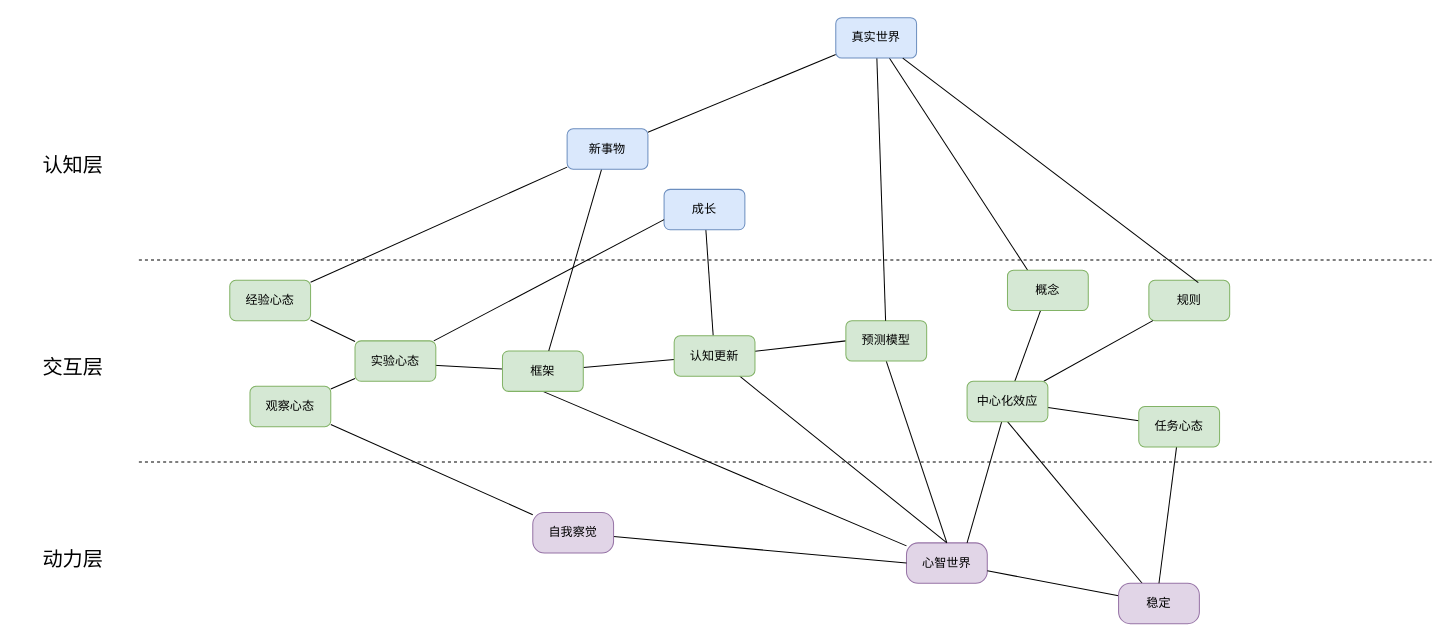
This is 深度思考-认知三层模型.drawio from youyusan/open_mind, a draw.io file, before an edit. Source tidied: cells renumbered, new cells numbered last; positions are measured from the earlier drawing's top-left corner, leaving out a move shared by most shapes. Both pictures are drawn from the tidied source at 101%, with x=0, y=0 at pixel (17, 17).
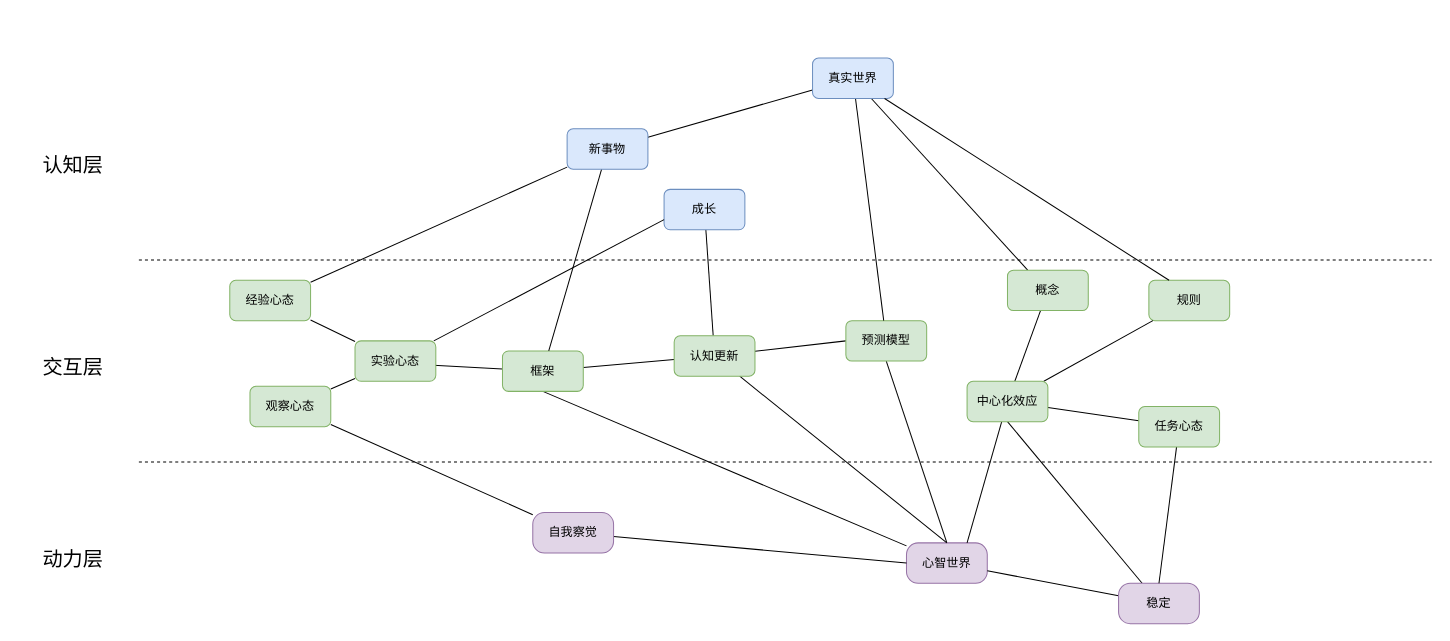
The same page after the edit.

Commit message (it also covers changes not shown here):
更新深度思考-认知三层模型.drawio

The change refers to these unchanged cells:
```xml
<mxCell id="28" value="规则" style="rounded=1;whiteSpace=wrap;html=1;fillColor=#d5e8d4;strokeColor=#82b366;" parent="1" vertex="1">
  <mxGeometry x="1120" y="260" width="80" height="40" as="geometry" />
</mxCell>
```

Diff of the diagram source:
```diff
@@
     <mxCell id="23" value="真实世界" style="rounded=1;whiteSpace=wrap;html=1;fillColor=#dae8fc;strokeColor=#6c8ebf;" parent="1" vertex="1">
-      <mxGeometry x="810" width="80" height="40" as="geometry" />
+      <mxGeometry x="787" y="40" width="80" height="40" as="geometry" />
     </mxCell>
@@
-    <mxCell id="29" style="edgeStyle=none;rounded=0;jettySize=auto;html=1;entryX=0.612;entryY=0.057;entryDx=0;entryDy=0;entryPerimeter=0;strokeColor=default;align=center;verticalAlign=middle;fontFamily=Helvetica;fontSize=11;fontColor=default;labelBackgroundColor=default;endArrow=none;endFill=0;" parent="1" edge="1" source="23" target="28">
+    <mxCell id="29" style="edgeStyle=none;rounded=0;jettySize=auto;html=1;entryX=0.25;entryY=0;entryDx=0;entryDy=0;strokeColor=default;align=center;verticalAlign=middle;fontFamily=Helvetica;fontSize=11;fontColor=default;labelBackgroundColor=default;endArrow=none;endFill=0;" parent="1" edge="1" source="23" target="28">
       <mxGeometry relative="1" as="geometry" />
     </mxCell>
```
